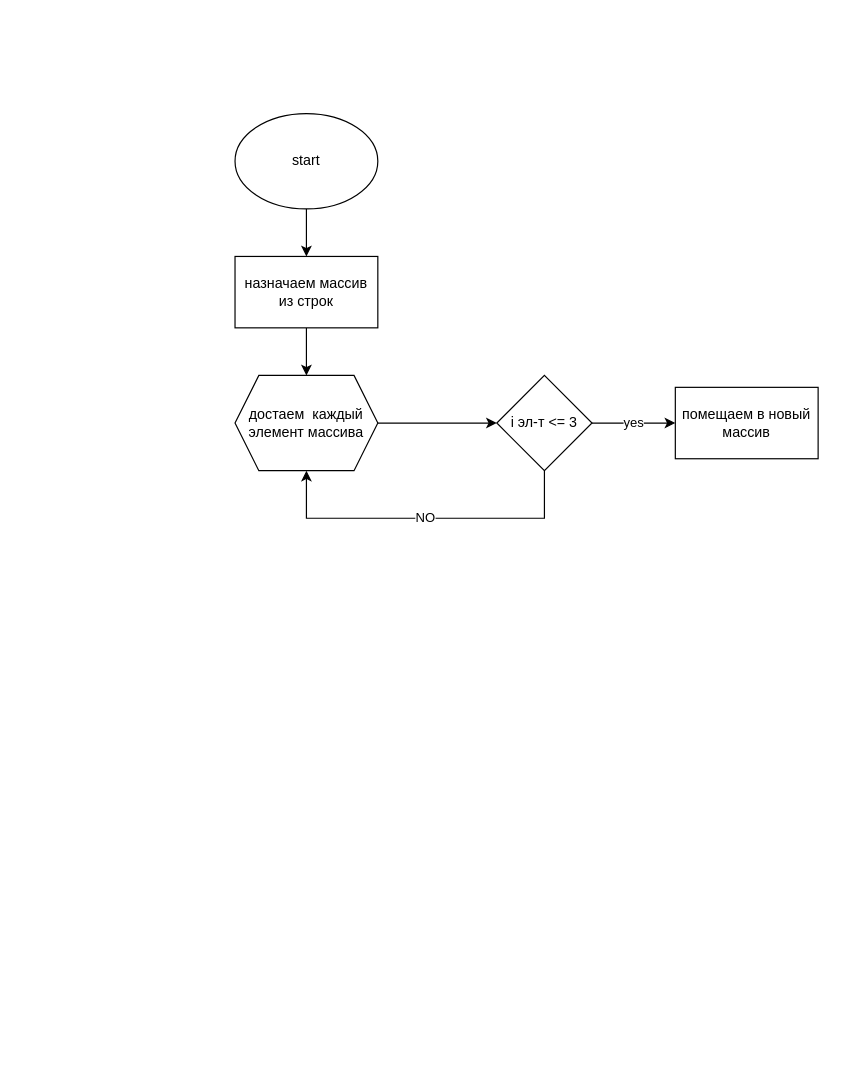
This is Algoritm.drawio from ElcodigoDV/kvalification_work, a draw.io file, before an edit. Source tidied: cells renumbered, new cells numbered last; positions are measured from the earlier drawing's top-left corner, leaving out a move shared by most shapes. Both pictures are drawn from the tidied source at 119%, with x=0, y=0 at pixel (234, 113).
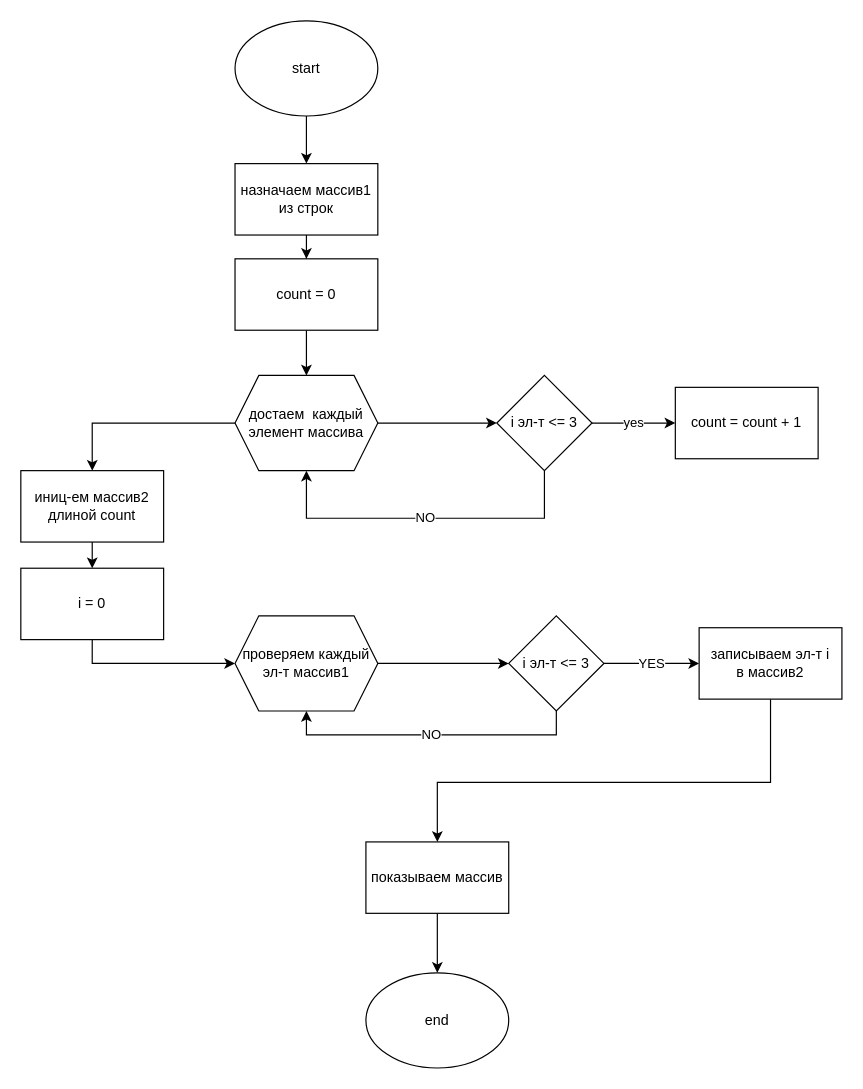
The same page after the edit.

Unchanged cells that the change refers to:
```xml
<mxCell id="8" value="достаем&amp;nbsp; каждый элемент массива" style="shape=hexagon;perimeter=hexagonPerimeter2;whiteSpace=wrap;html=1;fixedSize=1;" parent="1" vertex="1">
  <mxGeometry y="220" width="120" height="80" as="geometry" />
</mxCell>
```

The edit, as a diff of the source:
```diff
@@
     <mxCell id="3" value="start" style="ellipse;whiteSpace=wrap;html=1;" parent="1" vertex="1">
-      <mxGeometry width="120" height="80" as="geometry" />
+      <mxGeometry y="-78" width="120" height="80" as="geometry" />
     </mxCell>
-    <mxCell id="4" style="edgeStyle=orthogonalEdgeStyle;rounded=0;jettySize=auto;html=1;entryX=0.5;entryY=0;entryDx=0;entryDy=0;" parent="1" edge="1" source="5" target="8">
-      <mxGeometry relative="1" as="geometry" />
-    </mxCell>
+    <mxCell id="12" style="edgeStyle=orthogonalEdgeStyle;rounded=0;jettySize=auto;html=1;exitX=0.5;exitY=1;exitDx=0;exitDy=0;" parent="1" edge="1" source="5" target="15">
+      <mxGeometry relative="1" as="geometry" />
+    </mxCell>
-    <mxCell id="5" value="назначаем массив из строк" style="rounded=0;whiteSpace=wrap;html=1;" parent="1" vertex="1">
-      <mxGeometry y="120" width="120" height="60" as="geometry" />
+    <mxCell id="5" value="назначаем массив1 из строк" style="rounded=0;whiteSpace=wrap;html=1;" parent="1" vertex="1">
+      <mxGeometry y="42" width="120" height="60" as="geometry" />
     </mxCell>
-    <mxCell id="6" value="помещаем в новый массив" style="rounded=0;whiteSpace=wrap;html=1;" parent="1" vertex="1">
+    <mxCell id="6" value="count = count + 1" style="rounded=0;whiteSpace=wrap;html=1;" parent="1" vertex="1">
       <mxGeometry x="370" y="230" width="120" height="60" as="geometry" />
     </mxCell>
@@
+    <mxCell id="13" style="edgeStyle=orthogonalEdgeStyle;rounded=0;jettySize=auto;html=1;entryX=0.5;entryY=0;entryDx=0;entryDy=0;" parent="1" edge="1" source="8" target="17">
+      <mxGeometry relative="1" as="geometry" />
+    </mxCell>
@@
+    <mxCell id="14" style="edgeStyle=orthogonalEdgeStyle;rounded=0;jettySize=auto;html=1;entryX=0.5;entryY=0;entryDx=0;entryDy=0;" parent="1" edge="1" source="15" target="8">
+      <mxGeometry relative="1" as="geometry" />
+    </mxCell>
+    <mxCell id="15" value="count = 0" style="rounded=0;whiteSpace=wrap;html=1;" parent="1" vertex="1">
+      <mxGeometry y="122" width="120" height="60" as="geometry" />
+    </mxCell>
+    <mxCell id="16" style="edgeStyle=orthogonalEdgeStyle;rounded=0;jettySize=auto;html=1;exitX=0.5;exitY=1;exitDx=0;exitDy=0;entryX=0.5;entryY=0;entryDx=0;entryDy=0;" parent="1" edge="1" source="17" target="19">
+      <mxGeometry relative="1" as="geometry" />
+    </mxCell>
+    <mxCell id="17" value="иниц-ем массив2 длиной count" style="rounded=0;whiteSpace=wrap;html=1;" parent="1" vertex="1">
+      <mxGeometry x="-180" y="300" width="120" height="60" as="geometry" />
+    </mxCell>
+    <mxCell id="18" style="edgeStyle=orthogonalEdgeStyle;rounded=0;jettySize=auto;html=1;" parent="1" edge="1" source="19" target="21">
+      <mxGeometry relative="1" as="geometry">
+        <Array as="points">
+          <mxPoint x="-120" y="462" />
+        </Array>
+      </mxGeometry>
+    </mxCell>
+    <mxCell id="19" value="i = 0" style="rounded=0;whiteSpace=wrap;html=1;" parent="1" vertex="1">
+      <mxGeometry x="-180" y="382" width="120" height="60" as="geometry" />
+    </mxCell>
+    <mxCell id="20" style="edgeStyle=orthogonalEdgeStyle;rounded=0;jettySize=auto;html=1;entryX=0;entryY=0.5;entryDx=0;entryDy=0;" parent="1" edge="1" source="21" target="24">
+      <mxGeometry relative="1" as="geometry" />
+    </mxCell>
+    <mxCell id="21" value="проверяем каждый эл-т массив1" style="shape=hexagon;perimeter=hexagonPerimeter2;whiteSpace=wrap;html=1;fixedSize=1;" parent="1" vertex="1">
+      <mxGeometry y="422" width="120" height="80" as="geometry" />
+    </mxCell>
+    <mxCell id="22" value="YES" style="edgeStyle=orthogonalEdgeStyle;rounded=0;jettySize=auto;html=1;entryX=0;entryY=0.5;entryDx=0;entryDy=0;" parent="1" edge="1" source="24" target="26">
+      <mxGeometry relative="1" as="geometry" />
+    </mxCell>
+    <mxCell id="23" value="NO" style="edgeStyle=orthogonalEdgeStyle;rounded=0;jettySize=auto;html=1;exitX=0.5;exitY=1;exitDx=0;exitDy=0;entryX=0.5;entryY=1;entryDx=0;entryDy=0;" parent="1" edge="1" source="24" target="21">
+      <mxGeometry relative="1" as="geometry" />
+    </mxCell>
+    <mxCell id="24" value="i эл-т &amp;lt;= 3" style="rhombus;whiteSpace=wrap;html=1;" parent="1" vertex="1">
+      <mxGeometry x="230" y="422" width="80" height="80" as="geometry" />
+    </mxCell>
+    <mxCell id="25" style="edgeStyle=orthogonalEdgeStyle;rounded=0;jettySize=auto;html=1;entryX=0.5;entryY=0;entryDx=0;entryDy=0;" parent="1" edge="1" source="26" target="28">
+      <mxGeometry relative="1" as="geometry">
+        <Array as="points">
+          <mxPoint x="450" y="562" />
+          <mxPoint x="170" y="562" />
+        </Array>
+      </mxGeometry>
+    </mxCell>
+    <mxCell id="26" value="записываем эл-т i&lt;br&gt;в массив2" style="rounded=0;whiteSpace=wrap;html=1;" parent="1" vertex="1">
+      <mxGeometry x="390" y="432" width="120" height="60" as="geometry" />
+    </mxCell>
+    <mxCell id="27" style="edgeStyle=orthogonalEdgeStyle;rounded=0;jettySize=auto;html=1;exitX=0.5;exitY=1;exitDx=0;exitDy=0;entryX=0.5;entryY=0;entryDx=0;entryDy=0;" parent="1" edge="1" source="28" target="29">
+      <mxGeometry relative="1" as="geometry" />
+    </mxCell>
+    <mxCell id="28" value="показываем массив" style="rounded=0;whiteSpace=wrap;html=1;" parent="1" vertex="1">
+      <mxGeometry x="110" y="612" width="120" height="60" as="geometry" />
+    </mxCell>
+    <mxCell id="29" value="end" style="ellipse;whiteSpace=wrap;html=1;" parent="1" vertex="1">
+      <mxGeometry x="110" y="722" width="120" height="80" as="geometry" />
+    </mxCell>
```
